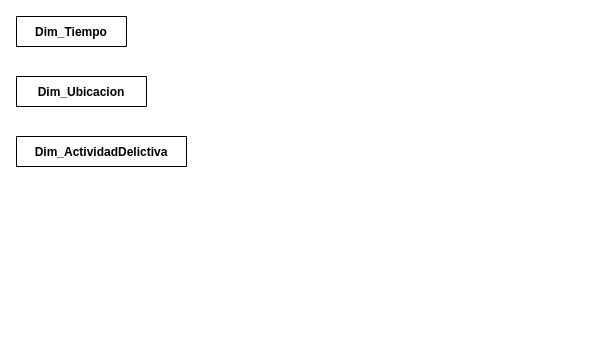
Earlier version of the draw.io diagram Diagrama sin título.drawio (JonhNino/Book-s). Source tidied: cells renumbered, new cells numbered last; positions are measured from the earlier drawing's top-left corner, leaving out a move shared by most shapes. Both pictures are drawn from the tidied source at 100%, with x=0, y=0 at pixel (16, 16).
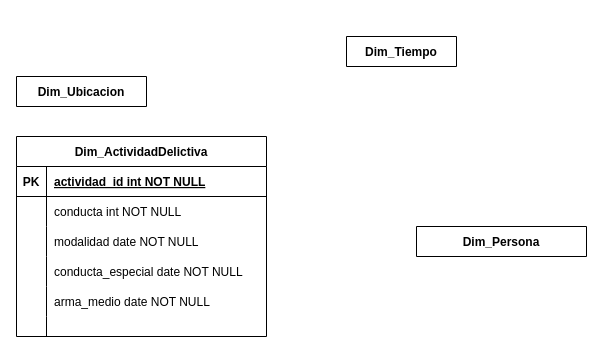
After the change.

Commit message:
Dim_Persona

Change to the diagram source:
```diff
@@
-    <mxCell id="3" value="Dim_ActividadDelictiva" style="shape=table;startSize=30;childLayout=tableLayout;rowLines=0;fontStyle=1;align=center;" parent="1" vertex="1" collapsed="1">
-      <mxGeometry y="120" width="170" height="30" as="geometry" />
+    <mxCell id="3" value="Dim_ActividadDelictiva" style="shape=table;startSize=30;childLayout=tableLayout;rowLines=0;fontStyle=1;align=center;" parent="1" vertex="1">
+      <mxGeometry y="120" width="250" height="200" as="geometry" />
     </mxCell>
+    <mxCell id="5" style="shape=partialRectangle;fillColor=none;top=0;left=0;right=0;bottom=1;" parent="3" vertex="1">
+      <mxGeometry y="30" width="250" height="30" as="geometry" />
+    </mxCell>
+    <mxCell id="6" value="PK" style="shape=partialRectangle;overflow=hidden;fillColor=none;top=0;left=0;bottom=0;right=0;fontStyle=1;" parent="5" vertex="1">
+      <mxGeometry width="30" height="30" as="geometry" />
+    </mxCell>
+    <mxCell id="7" value="actividad_id int NOT NULL " style="shape=partialRectangle;overflow=hidden;fillColor=none;top=0;left=0;bottom=0;right=0;align=left;spacingLeft=6;fontStyle=5;" parent="5" vertex="1">
+      <mxGeometry x="30" width="220" height="30" as="geometry" />
+    </mxCell>
+    <mxCell id="8" style="shape=partialRectangle;fillColor=none;top=0;left=0;right=0;bottom=0;" parent="3" vertex="1">
+      <mxGeometry y="60" width="250" height="30" as="geometry" />
+    </mxCell>
+    <mxCell id="9" style="shape=partialRectangle;overflow=hidden;fillColor=none;top=0;left=0;bottom=0;right=0;" parent="8" vertex="1">
+      <mxGeometry width="30" height="30" as="geometry" />
+    </mxCell>
+    <mxCell id="10" value="conducta int NOT NULL" style="shape=partialRectangle;overflow=hidden;fillColor=none;top=0;left=0;bottom=0;right=0;align=left;spacingLeft=6;" parent="8" vertex="1">
+      <mxGeometry x="30" width="220" height="30" as="geometry" />
+    </mxCell>
+    <mxCell id="11" style="shape=partialRectangle;fillColor=none;top=0;left=0;right=0;bottom=0;" parent="3" vertex="1">
+      <mxGeometry y="90" width="250" height="30" as="geometry" />
+    </mxCell>
+    <mxCell id="12" style="shape=partialRectangle;overflow=hidden;fillColor=none;top=0;left=0;bottom=0;right=0;" parent="11" vertex="1">
+      <mxGeometry width="30" height="30" as="geometry" />
+    </mxCell>
+    <mxCell id="13" value="modalidad date NOT NULL" style="shape=partialRectangle;overflow=hidden;fillColor=none;top=0;left=0;bottom=0;right=0;align=left;spacingLeft=6;" parent="11" vertex="1">
+      <mxGeometry x="30" width="220" height="30" as="geometry" />
+    </mxCell>
+    <mxCell id="14" style="shape=partialRectangle;fillColor=none;top=0;left=0;right=0;bottom=0;" parent="3" vertex="1">
+      <mxGeometry y="120" width="250" height="30" as="geometry" />
+    </mxCell>
+    <mxCell id="15" style="shape=partialRectangle;overflow=hidden;fillColor=none;top=0;left=0;bottom=0;right=0;" parent="14" vertex="1">
+      <mxGeometry width="30" height="30" as="geometry" />
+    </mxCell>
+    <mxCell id="16" value="conducta_especial date NOT NULL" style="shape=partialRectangle;overflow=hidden;fillColor=none;top=0;left=0;bottom=0;right=0;align=left;spacingLeft=6;" parent="14" vertex="1">
+      <mxGeometry x="30" width="220" height="30" as="geometry" />
+    </mxCell>
+    <mxCell id="17" style="shape=partialRectangle;fillColor=none;top=0;left=0;right=0;bottom=0;" parent="3" vertex="1">
+      <mxGeometry y="150" width="250" height="30" as="geometry" />
+    </mxCell>
+    <mxCell id="18" style="shape=partialRectangle;overflow=hidden;fillColor=none;top=0;left=0;bottom=0;right=0;" parent="17" vertex="1">
+      <mxGeometry width="30" height="30" as="geometry" />
+    </mxCell>
+    <mxCell id="19" value="arma_medio date NOT NULL" style="shape=partialRectangle;overflow=hidden;fillColor=none;top=0;left=0;bottom=0;right=0;align=left;spacingLeft=6;" parent="17" vertex="1">
+      <mxGeometry x="30" width="220" height="30" as="geometry" />
+    </mxCell>
+    <mxCell id="20" style="shape=partialRectangle;fillColor=none;top=0;left=0;right=0;bottom=0;" parent="3" vertex="1">
+      <mxGeometry y="180" width="250" height="20" as="geometry" />
+    </mxCell>
+    <mxCell id="21" style="shape=partialRectangle;overflow=hidden;fillColor=none;top=0;left=0;bottom=0;right=0;" parent="20" vertex="1">
+      <mxGeometry width="30" height="20" as="geometry" />
+    </mxCell>
+    <mxCell id="22" style="shape=partialRectangle;overflow=hidden;fillColor=none;top=0;left=0;bottom=0;right=0;align=left;spacingLeft=6;" parent="20" vertex="1">
+      <mxGeometry x="30" width="220" height="20" as="geometry" />
+    </mxCell>
     <mxCell id="4" value="Dim_Tiempo" style="shape=table;startSize=30;childLayout=tableLayout;rowLines=0;fontStyle=1;align=center;" parent="1" vertex="1" collapsed="1">
-      <mxGeometry width="110" height="30" as="geometry" />
+      <mxGeometry x="330" y="20" width="110" height="30" as="geometry" />
     </mxCell>
+    <mxCell id="23" value="Dim_Persona" style="shape=table;startSize=30;childLayout=tableLayout;rowLines=0;fontStyle=1;align=center;" parent="1" vertex="1" collapsed="1">
+      <mxGeometry x="400" y="210" width="170" height="30" as="geometry" />
+    </mxCell>
```
